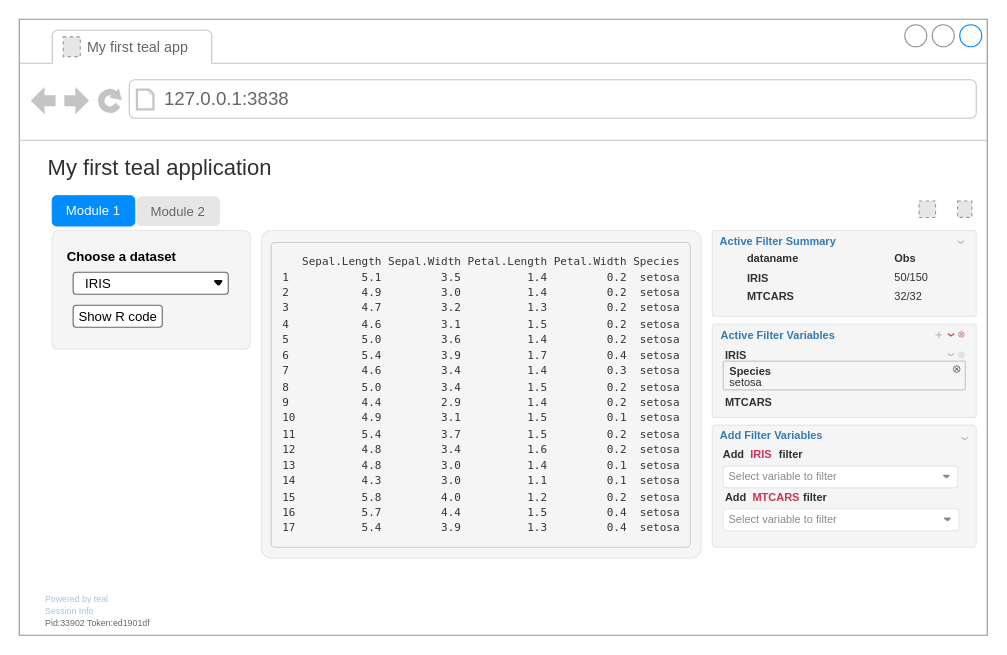
The draw.io diagram inst/design/teal-app-components-hover.drawio in cran/teal, before the edit. Source tidied: cells renumbered, new cells numbered last; positions are measured from the earlier drawing's top-left corner, leaving out a move shared by most shapes. Both pictures are drawn from the tidied source at 110%, with x=0, y=0 at pixel (19, 19). Pictures stored in the file or linked from it are replaced by grey dashed boxes.
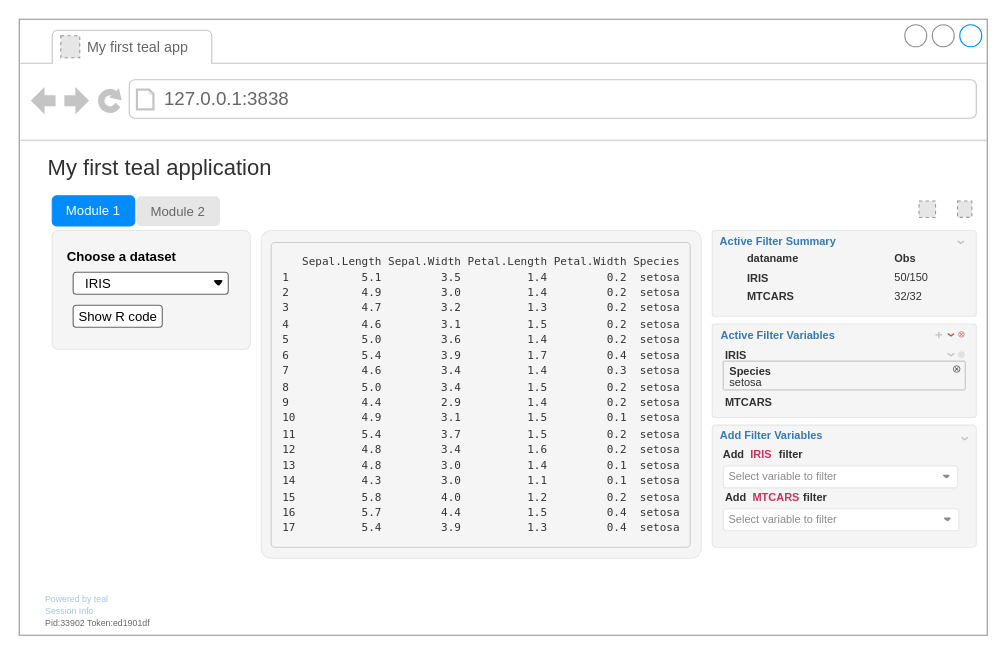
The same diagram, later.

The edit, as a diff of the source:
```diff
@@
-    <mxCell id="60" style="fillColor=#E6E6E6;strokeColor=#999999;dashed=1;verticalLabelPosition=bottom;labelBackgroundColor=default;verticalAlign=top;" parent="1" vertex="1">
-      <mxGeometry x="40" y="16" width="15.5" height="18" as="geometry" />
-    </mxCell>
@@
+    <mxCell id="63" style="fillColor=#E6E6E6;strokeColor=#999999;dashed=1;verticalLabelPosition=bottom;labelBackgroundColor=default;verticalAlign=top;" parent="1" vertex="1">
+      <mxGeometry x="37.8" y="15" width="17.2" height="20" as="geometry" />
+    </mxCell>
```
